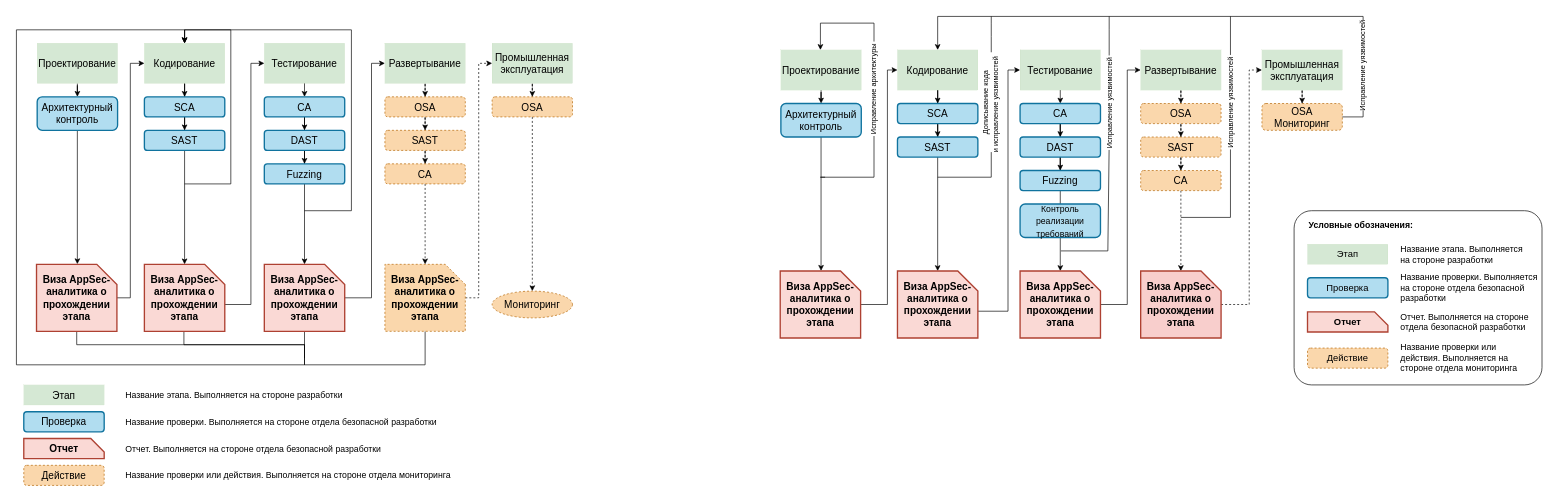
This is page "Этапы" (5 of 11) of Untitled Diagram2.drawio from GoluzinaD/Python, a draw.io file, before an edit. Source tidied: cells renumbered, new cells numbered last; positions are measured from the earlier drawing's top-left corner, leaving out a move shared by most shapes. Both pictures are drawn from the tidied source at 67%, with x=0, y=0 at pixel (16, 16).
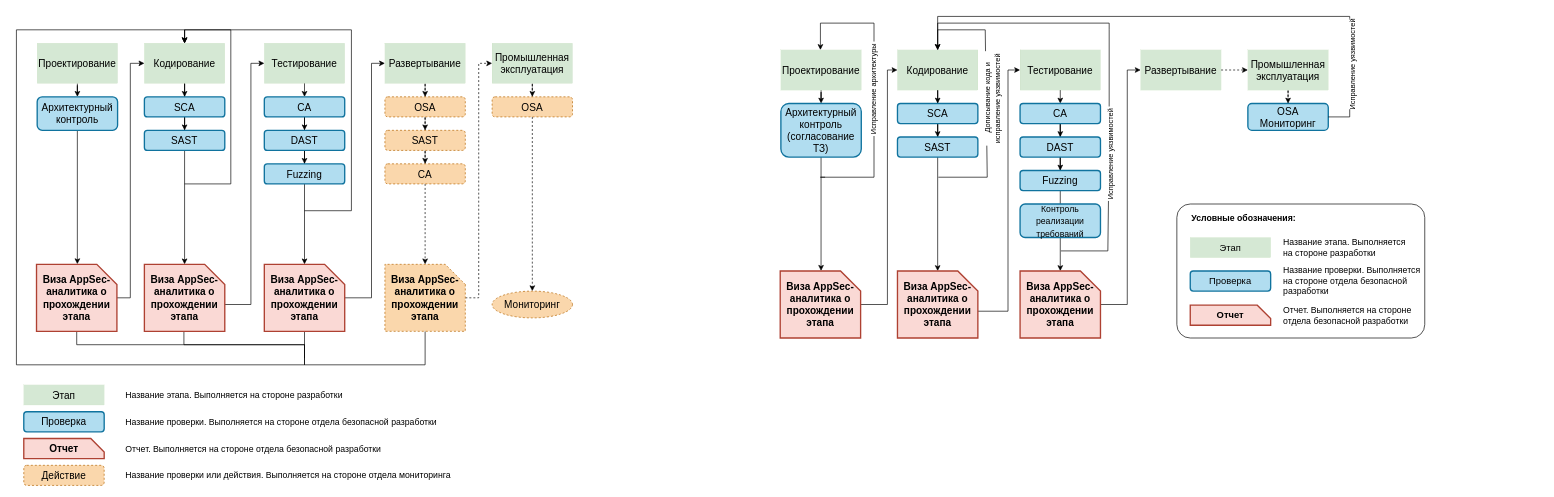
Above is the later version.

Unchanged cells that the change refers to:
```xml
<mxCell id="59" value="Кодирование" style="rounded=0;whiteSpace=wrap;html=1;fontSize=15;strokeWidth=0;fillColor=#d5e8d4;strokeColor=#82b366;" parent="1" vertex="1">
  <mxGeometry x="1315" y="50" width="120" height="60" as="geometry" />
</mxCell>
<mxCell id="62" value="Развертывание" style="rounded=0;whiteSpace=wrap;html=1;fontSize=15;dashed=1;strokeWidth=0;fillColor=#d5e8d4;strokeColor=#82b366;" parent="1" vertex="1">
  <mxGeometry x="1678" y="50" width="120" height="60" as="geometry" />
</mxCell>
```

Change to the diagram source:
```diff
@@
     <mxCell id="2" style="rounded=1;whiteSpace=wrap;html=1;fontSize=15;arcSize=10;strokeWidth=1;fillColor=none;strokeColor=default;" parent="1" vertex="1">
-      <mxGeometry x="1907" y="290" width="370" height="260" as="geometry" />
+      <mxGeometry x="1732" y="280" width="370" height="200" as="geometry" />
     </mxCell>
@@
-    <mxCell id="61" style="edgeStyle=orthogonalEdgeStyle;rounded=0;jettySize=auto;html=1;entryX=0.5;entryY=0;entryDx=0;entryDy=0;fontSize=15;fillColor=#fad7ac;strokeColor=#000000;dashed=1;" parent="1" edge="1" source="62" target="66">
-      <mxGeometry relative="1" as="geometry" />
-    </mxCell>
@@
     <mxCell id="64" value="Промышленная эксплуатация" style="rounded=0;whiteSpace=wrap;html=1;fontSize=15;dashed=1;strokeWidth=0;fillColor=#d5e8d4;strokeColor=#82b366;" parent="1" vertex="1">
-      <mxGeometry x="1859" y="50" width="120" height="60" as="geometry" />
+      <mxGeometry x="1838" y="50" width="120" height="60" as="geometry" />
     </mxCell>
-    <mxCell id="65" style="edgeStyle=orthogonalEdgeStyle;rounded=0;jettySize=auto;html=1;entryX=0.5;entryY=0;entryDx=0;entryDy=0;fontSize=15;fillColor=#fad7ac;strokeColor=#000000;dashed=1;" parent="1" edge="1" source="66" target="73">
-      <mxGeometry relative="1" as="geometry" />
-    </mxCell>
-    <mxCell id="66" value="OSA" style="rounded=1;whiteSpace=wrap;html=1;fontSize=15;fillColor=#fad7ac;strokeColor=#b46504;dashed=1;" parent="1" vertex="1">
-      <mxGeometry x="1678" y="130" width="120" height="30" as="geometry" />
-    </mxCell>
@@
-    <mxCell id="72" style="edgeStyle=orthogonalEdgeStyle;rounded=0;jettySize=auto;html=1;entryX=0.5;entryY=0;entryDx=0;entryDy=0;fontSize=15;fillColor=#fad7ac;strokeColor=#000000;dashed=1;" parent="1" edge="1" source="73" target="82">
-      <mxGeometry relative="1" as="geometry" />
-    </mxCell>
-    <mxCell id="73" value="SAST" style="rounded=1;whiteSpace=wrap;html=1;fontSize=15;fillColor=#fad7ac;strokeColor=#b46504;dashed=1;" parent="1" vertex="1">
-      <mxGeometry x="1678" y="180" width="120" height="30" as="geometry" />
-    </mxCell>
-    <mxCell id="74" value="OSA&lt;br&gt;Мониторинг" style="rounded=1;whiteSpace=wrap;html=1;fontSize=15;fillColor=#fad7ac;strokeColor=#b46504;dashed=1;" parent="1" vertex="1">
-      <mxGeometry x="1859" y="130" width="120" height="40" as="geometry" />
+    <mxCell id="74" value="OSA&lt;br&gt;Мониторинг" style="rounded=1;whiteSpace=wrap;html=1;fontSize=15;fillColor=#B1DDF0;strokeColor=#10739E;strokeWidth=2;" parent="1" vertex="1">
+      <mxGeometry x="1838" y="130" width="120" height="40" as="geometry" />
     </mxCell>
@@
-    <mxCell id="81" style="edgeStyle=orthogonalEdgeStyle;rounded=0;jettySize=auto;html=1;fontSize=15;fillColor=#fad7ac;strokeColor=#000000;dashed=1;" parent="1" edge="1" source="82" target="90">
-      <mxGeometry relative="1" as="geometry" />
-    </mxCell>
-    <mxCell id="82" value="CA" style="rounded=1;whiteSpace=wrap;html=1;fontSize=15;fillColor=#fad7ac;strokeColor=#b46504;dashed=1;" parent="1" vertex="1">
-      <mxGeometry x="1678" y="230" width="120" height="30" as="geometry" />
-    </mxCell>
@@
-    <mxCell id="89" style="edgeStyle=orthogonalEdgeStyle;rounded=0;jettySize=auto;html=1;entryX=0;entryY=0.5;entryDx=0;entryDy=0;fontSize=13;startArrow=none;startFill=0;endArrow=classic;endFill=1;dashed=1;" parent="1" edge="1" source="90" target="64">
+    <mxCell id="89" style="edgeStyle=orthogonalEdgeStyle;rounded=0;jettySize=auto;html=1;entryX=0;entryY=0.5;entryDx=0;entryDy=0;fontSize=13;startArrow=none;startFill=0;endArrow=classic;endFill=1;dashed=1;exitX=1;exitY=0.5;exitDx=0;exitDy=0;" parent="1" edge="1" source="62" target="64">
       <mxGeometry relative="1" as="geometry">
         <Array as="points">
-          <mxPoint x="1840" y="430" />
-          <mxPoint x="1840" y="80" />
+          <mxPoint x="1820" y="80" />
+          <mxPoint x="1820" y="80" />
         </Array>
       </mxGeometry>
     </mxCell>
-    <mxCell id="90" value="Виза AppSec-аналитика о прохождении этапа" style="shape=card;whiteSpace=wrap;html=1;direction=south;fontSize=15;fillColor=#F8CECC;strokeColor=#AE4132;fontStyle=1;strokeWidth=2;" parent="1" vertex="1">
-      <mxGeometry x="1678" y="380" width="120" height="100" as="geometry" />
-    </mxCell>
@@
-    <mxCell id="92" value="Архитектурный контроль" style="rounded=1;whiteSpace=wrap;html=1;fontSize=15;fillColor=#b1ddf0;strokeColor=#10739e;strokeWidth=2;" parent="1" vertex="1">
-      <mxGeometry x="1141" y="130" width="120" height="50" as="geometry" />
+    <mxCell id="92" value="Архитектурный контроль (согласование ТЗ)" style="rounded=1;whiteSpace=wrap;html=1;fontSize=15;fillColor=#b1ddf0;strokeColor=#10739e;strokeWidth=2;" parent="1" vertex="1">
+      <mxGeometry x="1141" y="130" width="120" height="80" as="geometry" />
     </mxCell>
-    <mxCell id="93" style="endArrow=none;html=1;rounded=0;fontSize=13;strokeWidth=1;endFill=0;" parent="1" edge="1">
-      <mxGeometry relative="1" as="geometry">
-        <mxPoint x="1375" y="240" as="sourcePoint" />
-        <mxPoint x="1455" as="targetPoint" />
-        <Array as="points">
-          <mxPoint x="1455" y="240" />
-          <mxPoint x="1455" y="30" />
-          <mxPoint x="1455" y="10" />
-        </Array>
-      </mxGeometry>
-    </mxCell>
-    <mxCell id="94" value="&lt;span&gt;&amp;nbsp;Дописывание кода&amp;nbsp;&lt;br&gt;и исправление уязвимостей&amp;nbsp;&amp;nbsp;&lt;/span&gt;" style="edgeLabel;html=1;align=center;verticalAlign=middle;rotation=-90;fontFamily=Helvetica;fontStyle=0;" parent="93" vertex="1">
-      <mxGeometry x="-0.01" y="2" relative="1" as="geometry">
-        <mxPoint y="-32" as="offset" />
-      </mxGeometry>
-    </mxCell>
-    <mxCell id="95" style="endArrow=none;html=1;rounded=0;fontSize=13;strokeWidth=1;endFill=0;" parent="1" edge="1">
+    <mxCell id="95" style="endArrow=none;html=1;rounded=0;fontSize=13;strokeWidth=1;endFill=0;entryX=0.5;entryY=0;entryDx=0;entryDy=0;" parent="1" edge="1" target="59">
       <mxGeometry relative="1" as="geometry">
         <mxPoint x="1559" y="350" as="sourcePoint" />
-        <mxPoint x="1631" as="targetPoint" />
         <Array as="points">
           <mxPoint x="1629" y="350" />
           <mxPoint x="1631" y="190" />
           <mxPoint x="1631" y="20" />
-          <mxPoint x="1631" />
+          <mxPoint x="1631" y="10" />
+          <mxPoint x="1375" y="10" />
         </Array>
       </mxGeometry>
     </mxCell>
     <mxCell id="96" value="&lt;span&gt;&amp;nbsp;Исправление уязвимостей&amp;nbsp;&lt;/span&gt;" style="edgeLabel;html=1;align=center;verticalAlign=middle;rotation=-90;fontFamily=Helvetica;fontStyle=0;" parent="95" vertex="1">
       <mxGeometry x="-0.37" relative="1" as="geometry">
-        <mxPoint x="1" y="-158" as="offset" />
+        <mxPoint x="1" y="8" as="offset" />
       </mxGeometry>
     </mxCell>
     <mxCell id="97" value="Этап" style="rounded=0;whiteSpace=wrap;html=1;fontSize=14;strokeWidth=0;fillColor=#d5e8d4;strokeColor=#82b366;" parent="1" vertex="1">
-      <mxGeometry x="1927" y="340" width="120" height="30" as="geometry" />
+      <mxGeometry x="1752" y="330" width="120" height="30" as="geometry" />
     </mxCell>
     <mxCell id="98" value="Название этапа. Выполняется на стороне разработки" style="text;html=1;strokeColor=none;fillColor=none;align=left;verticalAlign=middle;whiteSpace=wrap;rounded=0;labelBorderColor=none;fontSize=13;" parent="1" vertex="1">
-      <mxGeometry x="2064" y="340" width="193" height="30" as="geometry" />
+      <mxGeometry x="1889" y="330" width="193" height="30" as="geometry" />
     </mxCell>
-    <mxCell id="99" value="Проверка" style="rounded=1;whiteSpace=wrap;html=1;fontSize=14;strokeWidth=2;fillColor=#b1ddf0;strokeColor=#10739e;fillStyle=auto;" parent="1" vertex="1">
-      <mxGeometry x="1927" y="390" width="120" height="30" as="geometry" />
+    <mxCell id="99" value="Проверка" style="rounded=1;whiteSpace=wrap;html=1;fontSize=14;strokeWidth=2;fillColor=#B1DDF0;strokeColor=#10739e;fillStyle=auto;" parent="1" vertex="1">
+      <mxGeometry x="1752" y="380" width="120" height="30" as="geometry" />
     </mxCell>
     <mxCell id="100" value="Название проверки. Выполняется на стороне отдела безопасной разработки" style="text;html=1;strokeColor=none;fillColor=none;align=left;verticalAlign=middle;whiteSpace=wrap;rounded=0;labelBorderColor=none;fontSize=13;" parent="1" vertex="1">
-      <mxGeometry x="2064" y="390" width="213" height="30" as="geometry" />
+      <mxGeometry x="1889" y="380" width="213" height="30" as="geometry" />
     </mxCell>
-    <mxCell id="101" value="Действие" style="rounded=1;whiteSpace=wrap;html=1;fontSize=14;strokeWidth=1;fillColor=#fad7ac;strokeColor=#b46504;dashed=1;" parent="1" vertex="1">
-      <mxGeometry x="1927" y="495" width="120" height="30" as="geometry" />
-    </mxCell>
-    <mxCell id="102" value="Название проверки или действия. Выполняется на стороне отдела мониторинга" style="text;html=1;strokeColor=none;fillColor=none;align=left;verticalAlign=middle;whiteSpace=wrap;rounded=0;labelBorderColor=none;fontSize=13;" parent="1" vertex="1">
-      <mxGeometry x="2064" y="495" width="203" height="30" as="geometry" />
-    </mxCell>
     <mxCell id="103" value="Отчет" style="shape=card;whiteSpace=wrap;html=1;direction=south;fontSize=14;fillColor=#fad9d5;strokeColor=#ae4132;fontStyle=1;strokeWidth=2;size=20;" parent="1" vertex="1">
-      <mxGeometry x="1927" y="441" width="120" height="30" as="geometry" />
+      <mxGeometry x="1752" y="431" width="120" height="30" as="geometry" />
     </mxCell>
     <mxCell id="104" value="Отчет. Выполняется на стороне отдела безопасной разработки" style="text;html=1;strokeColor=none;fillColor=none;align=left;verticalAlign=middle;whiteSpace=wrap;rounded=0;labelBorderColor=none;fontSize=13;" parent="1" vertex="1">
-      <mxGeometry x="2064" y="441" width="203" height="30" as="geometry" />
+      <mxGeometry x="1889" y="431" width="203" height="30" as="geometry" />
     </mxCell>
-    <mxCell id="105" style="endArrow=none;html=1;rounded=0;fontSize=13;strokeWidth=1;endFill=0;" parent="1" edge="1">
-      <mxGeometry relative="1" as="geometry">
-        <mxPoint x="1738" y="300" as="sourcePoint" />
-        <mxPoint x="1812" as="targetPoint" />
-        <Array as="points">
-          <mxPoint x="1812" y="300" />
-          <mxPoint x="1812" />
-        </Array>
-      </mxGeometry>
-    </mxCell>
-    <mxCell id="106" value="&lt;span&gt;&amp;nbsp;Исправление уязвимостей&amp;nbsp;&lt;/span&gt;" style="edgeLabel;html=1;align=center;verticalAlign=middle;rotation=-90;fontFamily=Helvetica;fontStyle=0;" parent="105" vertex="1">
-      <mxGeometry x="-0.37" relative="1" as="geometry">
-        <mxPoint y="-126" as="offset" />
-      </mxGeometry>
-    </mxCell>
@@
     <mxCell id="109" style="endArrow=classic;html=1;rounded=0;fontSize=13;strokeWidth=1;exitX=1;exitY=0.5;exitDx=0;exitDy=0;entryX=0.5;entryY=0;entryDx=0;entryDy=0;" parent="1" edge="1" source="74" target="59">
       <mxGeometry relative="1" as="geometry">
         <Array as="points">
-          <mxPoint x="2010" y="150" />
-          <mxPoint x="2010" />
+          <mxPoint x="1990" y="150" />
+          <mxPoint x="1990" />
           <mxPoint x="1375" />
         </Array>
       </mxGeometry>
     </mxCell>
     <mxCell id="110" value="&lt;span&gt;Исправление уязвимостей&lt;/span&gt;" style="edgeLabel;html=1;align=center;verticalAlign=middle;rotation=-90;fontFamily=Helvetica;fontStyle=0;" parent="109" vertex="1">
       <mxGeometry x="-0.37" relative="1" as="geometry">
-        <mxPoint x="91" y="75" as="offset" />
+        <mxPoint x="89" y="73" as="offset" />
       </mxGeometry>
     </mxCell>
     <mxCell id="111" value="&lt;b&gt;Условные обозначения:&lt;/b&gt;" style="text;html=1;strokeColor=none;fillColor=none;align=left;verticalAlign=middle;whiteSpace=wrap;rounded=0;labelBorderColor=none;fontSize=13;" parent="1" vertex="1">
-      <mxGeometry x="1927" y="296" width="320" height="30" as="geometry" />
+      <mxGeometry x="1752" y="286" width="320" height="30" as="geometry" />
     </mxCell>
@@
+    <mxCell id="113" style="endArrow=classic;html=1;rounded=0;fontSize=13;strokeWidth=1;entryX=0.5;entryY=0;entryDx=0;entryDy=0;" parent="1" edge="1" target="59">
+      <mxGeometry relative="1" as="geometry">
+        <mxPoint x="1376" y="240" as="sourcePoint" />
+        <Array as="points">
+          <mxPoint x="1449" y="240" />
+          <mxPoint x="1446" y="20" />
+          <mxPoint x="1375" y="20" />
+        </Array>
+      </mxGeometry>
+    </mxCell>
+    <mxCell id="94" value="&lt;span&gt;&amp;nbsp;Дописывание кода и&lt;br&gt;&amp;nbsp;исправление уязвимостей&amp;nbsp;&lt;/span&gt;" style="edgeLabel;html=1;align=center;verticalAlign=middle;rotation=-90;fontFamily=Helvetica;fontStyle=0;" parent="113" vertex="1">
+      <mxGeometry x="-0.01" y="2" relative="1" as="geometry">
+        <mxPoint x="11" y="6" as="offset" />
+      </mxGeometry>
+    </mxCell>
```
